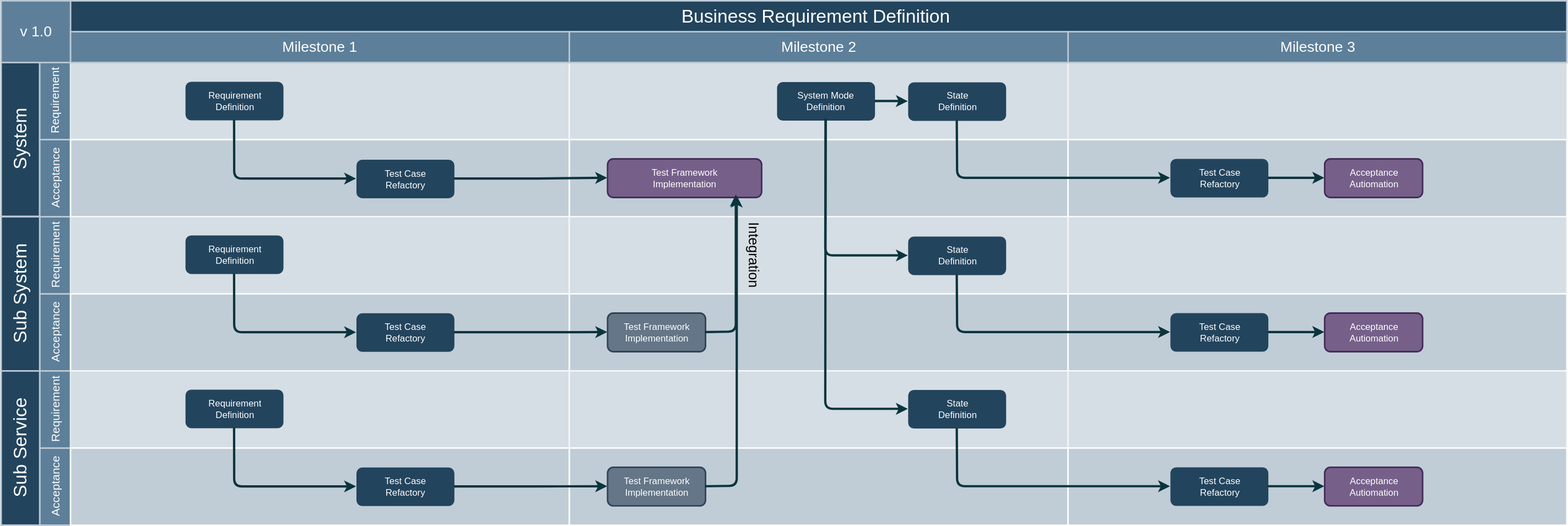
This is BusinessDevelopmentPhase/img/BusinessDevMilestone.drawio.svg from retamotome/AgileSoftwareProjectGuide, a draw.io export, as it was before one commit. Source tidied: cells renumbered, new cells last; positions are measured from the earlier drawing's top-left corner, leaving out a move shared by most shapes.
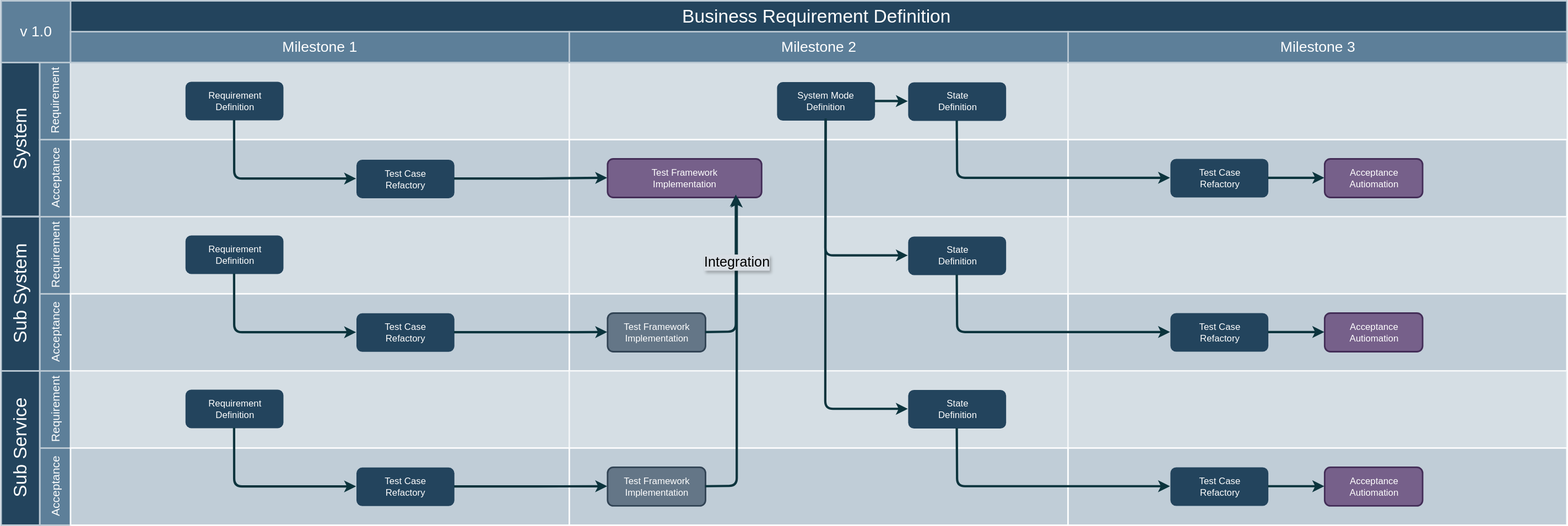
After the change.

Change to the diagram source:
```diff
@@ -266,8 +266,10 @@
         </Array>
       </mxGeometry>
     </mxCell>
-    <mxCell id="71" value="&lt;span style=&quot;font-size: 18px; white-space: nowrap;&quot;&gt;Integration&lt;/span&gt;" style="text;html=1;whiteSpace=wrap;strokeColor=none;fillColor=none;align=center;verticalAlign=middle;rounded=0;rotation=90;" parent="1" vertex="1">
-      <mxGeometry x="946" y="315.5" width="60" height="30" as="geometry" />
+    <mxCell id="71" value="Integration" style="edgeLabel;html=1;align=center;verticalAlign=middle;labelBackgroundColor=light-dark(#d8dee4, #ededed);fontSize=18;textShadow=1;" parent="70" vertex="1">
+      <mxGeometry relative="1" as="geometry">
+        <mxPoint y="-22" as="offset" />
+      </mxGeometry>
     </mxCell>
   </root>
 </mxGraphModel>
```
